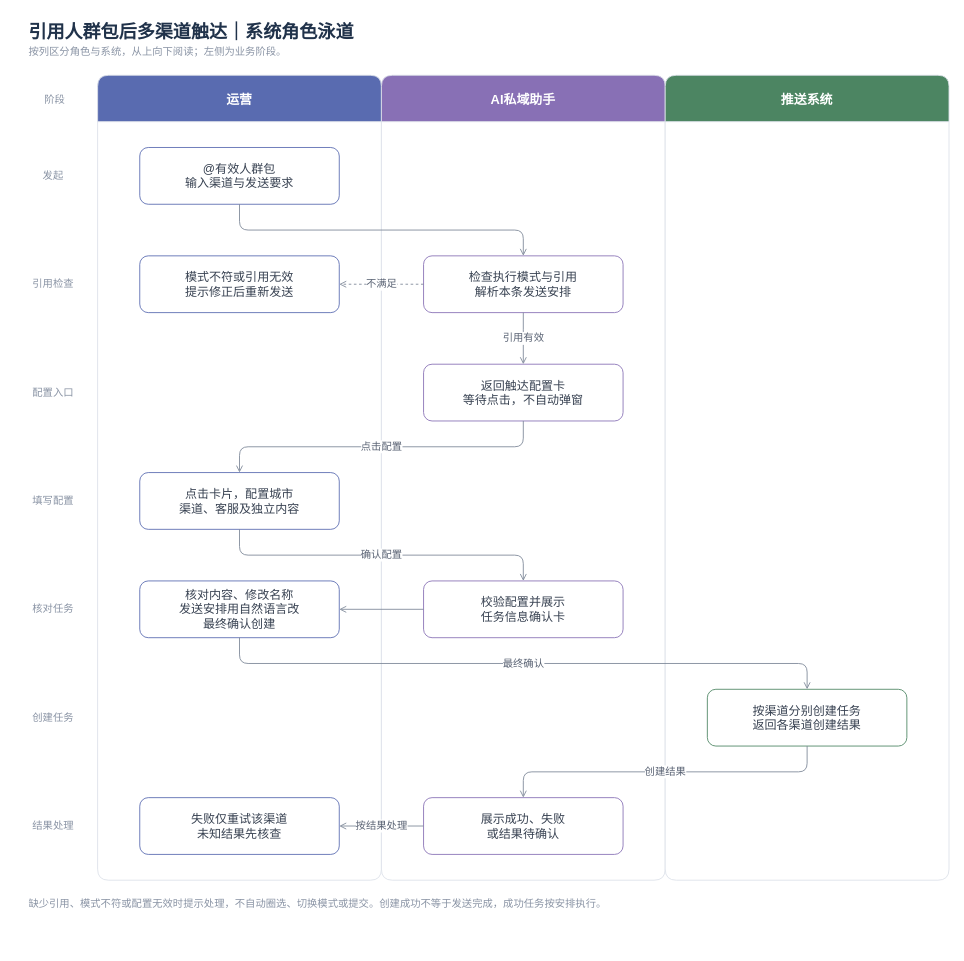
This is page "引用人群包后多渠道触达｜系统角色泳道" (2 of 3) of message-notifications/消息通知-角色与系统业务流程.drawio from JZT-AI/ai-proactive-activation, a draw.io file, before an edit. Source tidied: cells renumbered, new cells numbered last; positions are measured from the earlier drawing's top-left corner, leaving out a move shared by most shapes. Both pictures are drawn from the tidied source at 86%, with x=0, y=0 at pixel (15, 15).
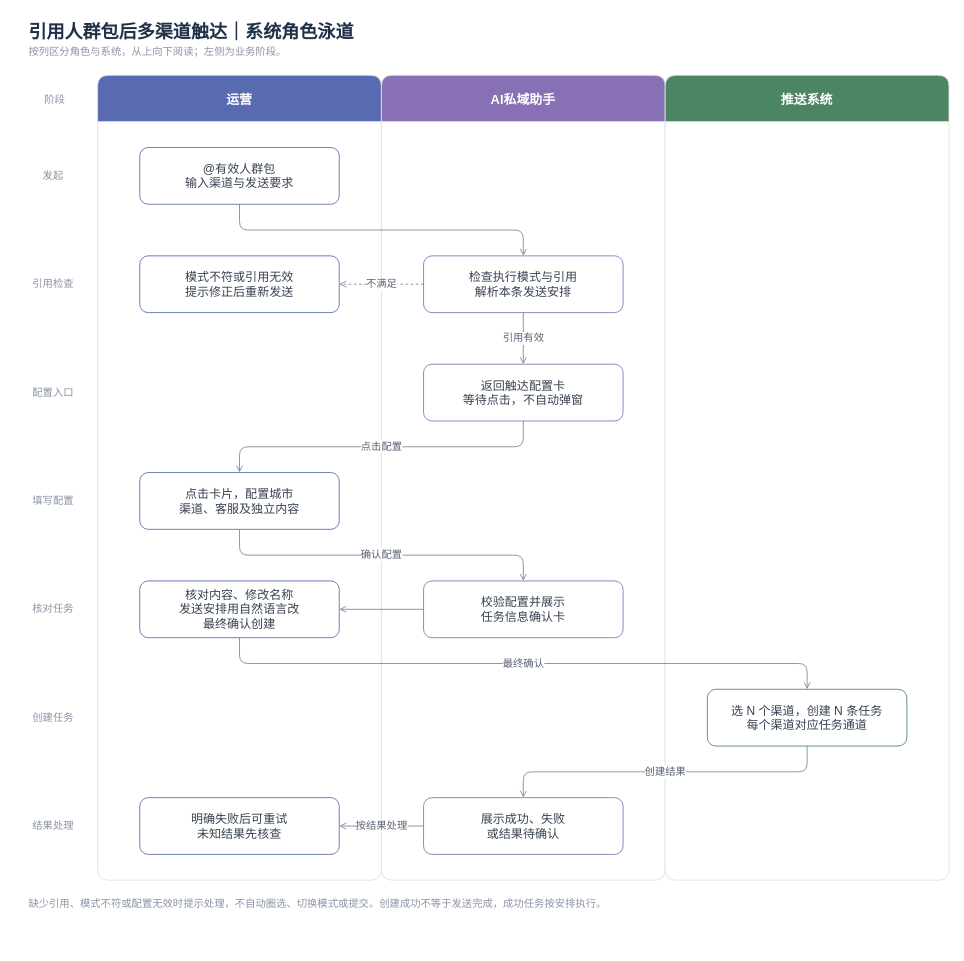
The same page after the edit.

Unchanged cells that the change refers to:
```xml
<mxCell id="5" value="运营" style="swimlane;horizontal=1;startSize=54;rounded=1;arcSize=8;fillColor=#596bb0;swimlaneFillColor=#ffffff;strokeColor=#dce1e9;fontColor=#ffffff;fontSize=15;fontStyle=1;" parent="1" vertex="1">
  <mxGeometry x="96" y="70" width="330" height="936" as="geometry" />
</mxCell>
<mxCell id="7" value="推送系统" style="swimlane;horizontal=1;startSize=54;rounded=1;arcSize=8;fillColor=#4c8562;swimlaneFillColor=#ffffff;strokeColor=#dce1e9;fontColor=#ffffff;fontSize=15;fontStyle=1;" parent="1" vertex="1">
  <mxGeometry x="756" y="70" width="330" height="936" as="geometry" />
</mxCell>
```

Diff of the diagram source:
```diff
@@
-    <mxCell id="21" value="按渠道分别创建任务&lt;br&gt;返回各渠道创建结果" style="rounded=1;whiteSpace=wrap;html=1;fillColor=#ffffff;strokeColor=#4c8562;strokeWidth=1;fontColor=#374151;fontSize=14;spacing=8;" parent="7" vertex="1">
+    <mxCell id="21" value="选 N 个渠道，创建 N 条任务&lt;br&gt;每个渠道对应任务通道" style="rounded=1;whiteSpace=wrap;html=1;fillColor=#ffffff;strokeColor=#4c8562;strokeWidth=1;fontColor=#374151;fontSize=14;spacing=8;" parent="7" vertex="1">
       <mxGeometry x="49" y="714" width="232" height="66" as="geometry" />
     </mxCell>
@@
-    <mxCell id="23" value="失败仅重试该渠道&lt;br&gt;未知结果先核查" style="rounded=1;whiteSpace=wrap;html=1;fillColor=#ffffff;strokeColor=#596bb0;strokeWidth=1;fontColor=#374151;fontSize=14;spacing=8;" parent="5" vertex="1">
+    <mxCell id="23" value="明确失败后可重试&lt;br&gt;未知结果先核查" style="rounded=1;whiteSpace=wrap;html=1;fillColor=#ffffff;strokeColor=#596bb0;strokeWidth=1;fontColor=#374151;fontSize=14;spacing=8;" parent="5" vertex="1">
       <mxGeometry x="49" y="840" width="232" height="66" as="geometry" />
     </mxCell>
```
